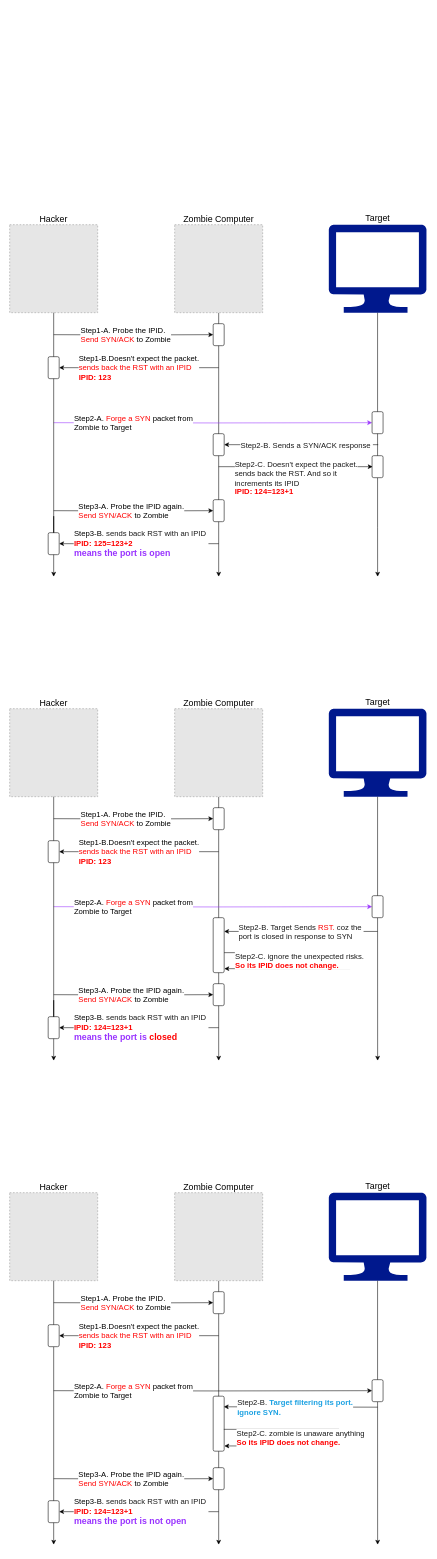
Above: PenetrationTesting/Penetration Testing.drawio in bayern01kahn/Tech_Diagrams (draw.io), before the change. Source tidied: cells renumbered, new cells numbered last; positions are measured from the earlier drawing's top-left corner, leaving out a move shared by most shapes. Both pictures are drawn from the tidied source at 55%, with x=0, y=0 at pixel (9, 224). Pictures stored in the file or linked from it are replaced by grey dashed boxes.
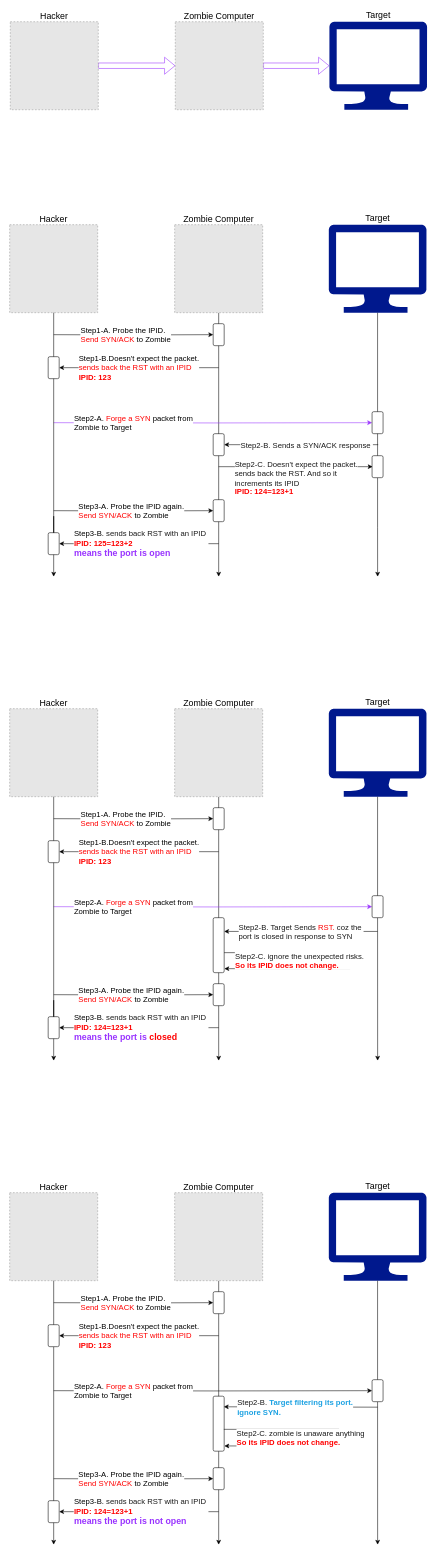
After the change.

What changed in the source:
```diff
@@
+    <mxCell id="75" style="edgeStyle=none;rounded=0;jettySize=auto;html=1;exitX=1;exitY=0.5;exitDx=0;exitDy=0;fontSize=16;fontColor=#9933FF;strokeColor=#9933FF;shape=flexArrow;" parent="1" edge="1" source="76" target="78">
+      <mxGeometry relative="1" as="geometry" />
+    </mxCell>
+    <mxCell id="76" value="Hacker" style="fillColor=#E6E6E6;strokeColor=#999999;dashed=1;verticalLabelPosition=top;verticalAlign=bottom;labelPosition=center;align=center;fontSize=16;fontStyle=0;" parent="1" vertex="1">
+      <mxGeometry x="1.2" y="-369" width="160" height="160" as="geometry" />
+    </mxCell>
+    <mxCell id="77" style="edgeStyle=none;rounded=0;jettySize=auto;html=1;exitX=1;exitY=0.5;exitDx=0;exitDy=0;entryX=0;entryY=0.5;entryDx=0;entryDy=0;entryPerimeter=0;fontSize=16;fontColor=#9933FF;strokeColor=#9933FF;shape=flexArrow;" parent="1" edge="1" source="78" target="79">
+      <mxGeometry relative="1" as="geometry" />
+    </mxCell>
+    <mxCell id="78" value="Zombie Computer" style="fillColor=#E6E6E6;strokeColor=#999999;dashed=1;verticalLabelPosition=top;verticalAlign=bottom;labelPosition=center;align=center;fontSize=16;fontStyle=0;" parent="1" vertex="1">
+      <mxGeometry x="301.2" y="-369" width="160" height="160" as="geometry" />
+    </mxCell>
+    <mxCell id="79" value="Target" style="sketch=0;shadow=0;dashed=0;html=1;strokeColor=none;labelPosition=center;verticalLabelPosition=top;verticalAlign=bottom;align=center;fillColor=#00188D;shape=mxgraph.azure.computer;fontSize=16;fontStyle=0;" parent="1" vertex="1">
+      <mxGeometry x="581.2" y="-369" width="177.8" height="160" as="geometry" />
+    </mxCell>
```
